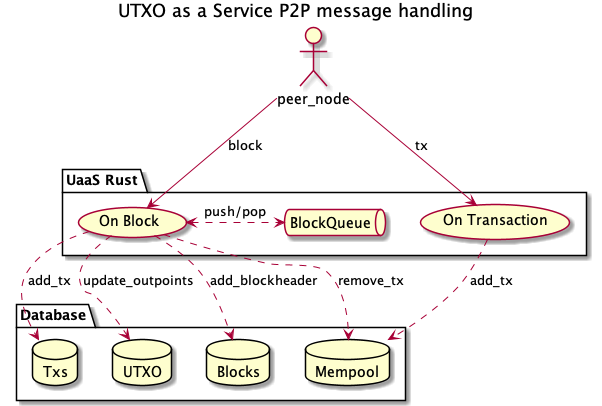
This is docs/diagrams/usecase.png from nchain-innovation/utxo-as-a-service, a PlantUML export, as it was before one commit.
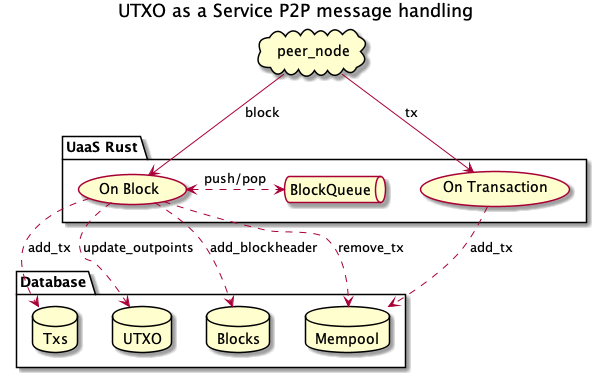
The same diagram one commit later.

What changed in the source:
```diff
@@ -2,7 +2,7 @@
 title UTXO as a Service P2P message handling
 top to bottom direction
 
-actor peer_node as pn
+cloud peer_node as pn
 
 package "Database" {
     database Mempool
```
